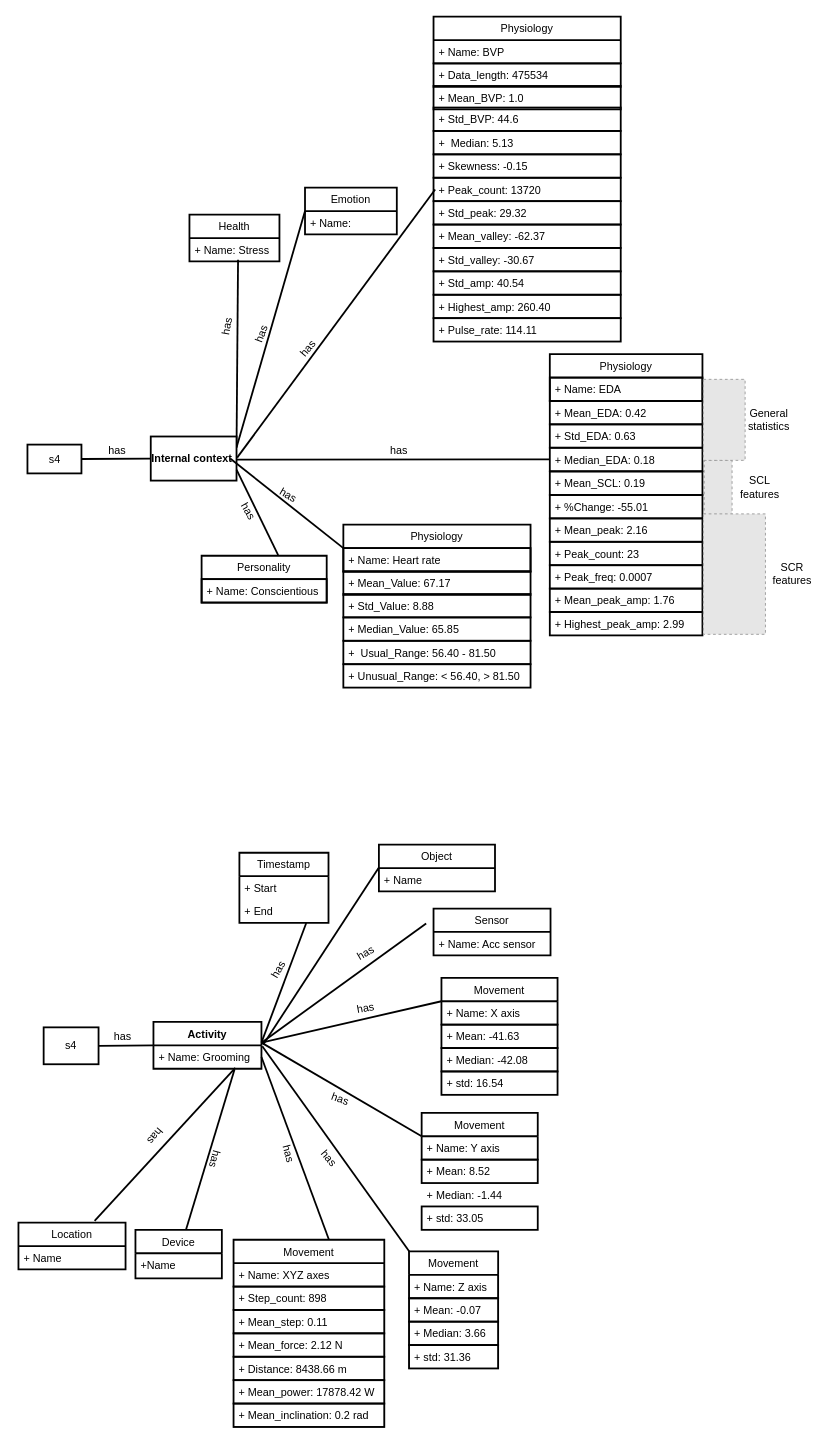
oluwande/zmPDSwR keeps this draw.io diagram as um_article.drawio. Above is the earlier version. Source tidied: cells renumbered, new cells numbered last; positions are measured from the earlier drawing's top-left corner, leaving out a move shared by most shapes. Both pictures are drawn from the tidied source at 90%, with x=0, y=0 at pixel (18, 16). Pictures stored in the file or linked from it are replaced by grey dashed boxes.
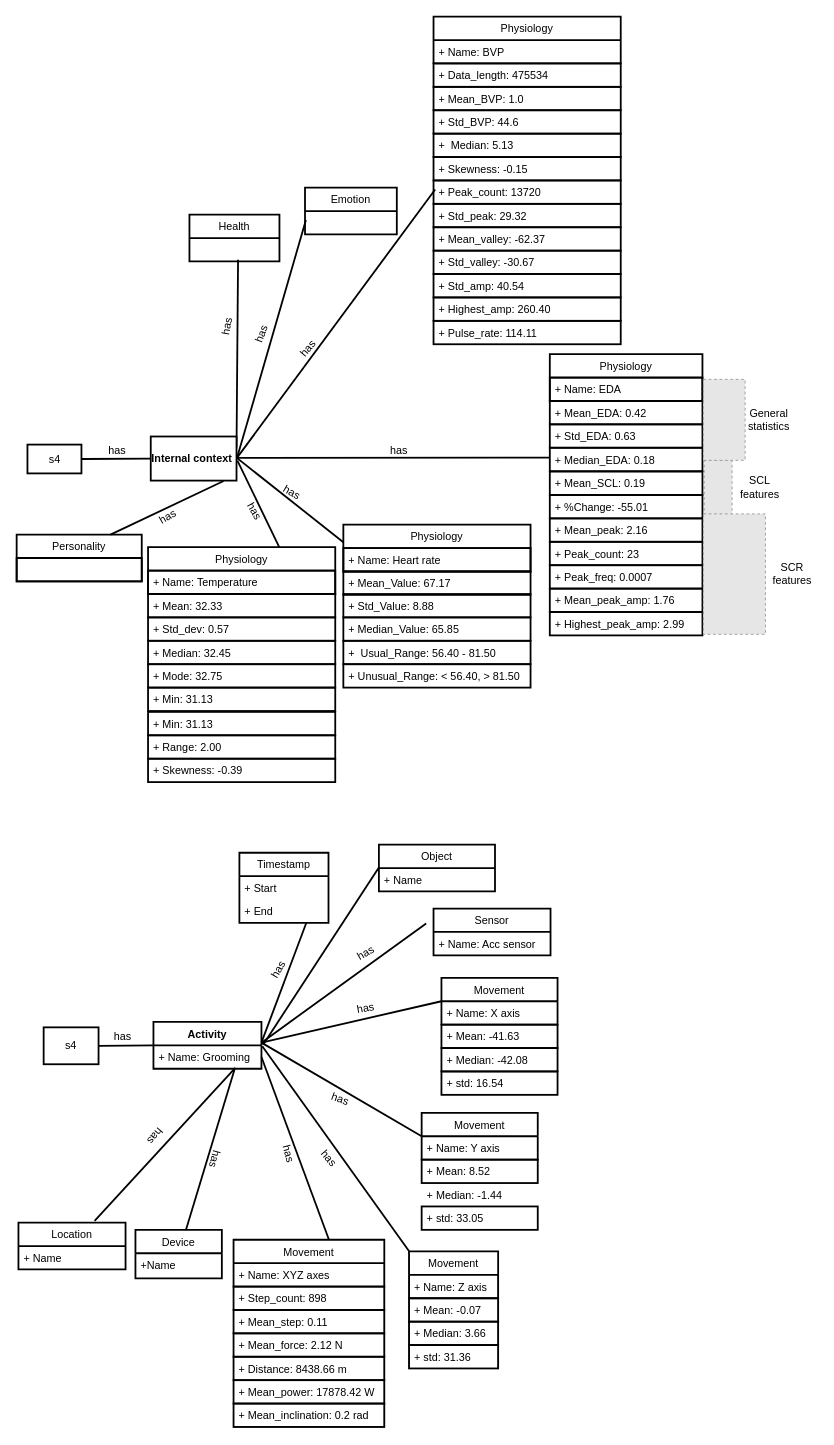
The same diagram, later.

Unchanged cells that the change refers to:
```xml
<mxCell id="3" value="Health" style="swimlane;fontStyle=0;align=center;verticalAlign=top;horizontal=1;startSize=26;strokeWidth=2;fontSize=12;" parent="1" vertex="1">
  <mxGeometry x="190" y="220" width="100" height="52" as="geometry" />
</mxCell>
<mxCell id="5" value="Emotion" style="swimlane;fontStyle=0;align=center;verticalAlign=top;horizontal=1;startSize=26;strokeWidth=2;fontSize=12;" parent="1" vertex="1">
  <mxGeometry x="318.4" y="190" width="102" height="52" as="geometry" />
</mxCell>
<mxCell id="16" value="&lt;b style=&quot;font-size: 12px;&quot;&gt;Internal context&amp;nbsp;&lt;/b&gt;" style="rounded=0;whiteSpace=wrap;html=1;strokeWidth=2;fontSize=12;" parent="1" vertex="1">
  <mxGeometry x="147" y="466.5" width="95.3" height="49" as="geometry" />
</mxCell>
<mxCell id="54" value="Physiology" style="swimlane;fontStyle=0;align=center;verticalAlign=top;horizontal=1;startSize=26;strokeWidth=2;fontSize=12;" parent="1" vertex="1">
  <mxGeometry x="361" y="564.5" width="208" height="52" as="geometry" />
</mxCell>
```

Diff of the diagram source:
```diff
@@
-    <mxCell id="4" value="+ Name: Stress" style="text;align=left;verticalAlign=top;spacingLeft=4;spacingRight=4;overflow=hidden;points=[[0,0.5],[1,0.5]];portConstraint=eastwest;strokeWidth=2;fontSize=12;" parent="3" vertex="1">
-      <mxGeometry y="26" width="100" height="26" as="geometry" />
-    </mxCell>
@@
-    <mxCell id="6" value="+ Name: " style="text;align=left;verticalAlign=top;spacingLeft=4;spacingRight=4;overflow=hidden;strokeWidth=2;fontSize=12;" parent="5" vertex="1">
-      <mxGeometry y="26" width="102" height="26" as="geometry" />
-    </mxCell>
-    <mxCell id="7" style="endArrow=none;html=1;rounded=0;fontSize=12;strokeWidth=2;entryX=0.54;entryY=0.923;entryDx=0;entryDy=0;exitX=1;exitY=0.25;exitDx=0;exitDy=0;entryPerimeter=0;" parent="1" edge="1" source="16" target="4">
-      <mxGeometry relative="1" as="geometry" />
+    <mxCell id="7" style="endArrow=none;html=1;rounded=0;fontSize=12;strokeWidth=2;entryX=0.54;entryY=0.923;entryDx=0;entryDy=0;exitX=1;exitY=0.25;exitDx=0;exitDy=0;entryPerimeter=0;" parent="1" edge="1" source="16">
+      <mxGeometry relative="1" as="geometry">
+        <mxPoint x="244" y="270" as="targetPoint" />
+      </mxGeometry>
     </mxCell>
-    <mxCell id="8" style="endArrow=none;html=1;rounded=0;entryX=0;entryY=0.5;entryDx=0;entryDy=0;fontSize=12;strokeWidth=2;exitX=1;exitY=0.25;exitDx=0;exitDy=0;" parent="1" edge="1" source="16" target="5">
-      <mxGeometry relative="1" as="geometry" />
+    <mxCell id="8" style="endArrow=none;html=1;rounded=0;entryX=0;entryY=0.5;entryDx=0;entryDy=0;fontSize=12;strokeWidth=2;exitX=1;exitY=0.25;exitDx=0;exitDy=0;" parent="1" edge="1">
+      <mxGeometry relative="1" as="geometry">
+        <mxPoint x="243.3" y="488.8" as="sourcePoint" />
+        <mxPoint x="319.4" y="226" as="targetPoint" />
+      </mxGeometry>
     </mxCell>
@@
     <mxCell id="15" style="endArrow=none;html=1;rounded=0;startArrow=none;exitX=1;exitY=0.75;exitDx=0;exitDy=0;fontSize=12;strokeWidth=2;" parent="1" edge="1">
       <mxGeometry relative="1" as="geometry">
-        <mxPoint x="242.3" y="492.2" as="sourcePoint" />
-        <mxPoint x="590" y="492" as="targetPoint" />
+        <mxPoint x="242.3" y="490.2" as="sourcePoint" />
+        <mxPoint x="590" y="490" as="targetPoint" />
       </mxGeometry>
     </mxCell>
@@
     <mxCell id="17" value="Personality" style="swimlane;fontStyle=0;align=center;verticalAlign=top;horizontal=1;startSize=26;strokeWidth=2;fontSize=12;strokeColor=default;" parent="1" vertex="1">
-      <mxGeometry x="203.5" y="599" width="139" height="52" as="geometry" />
+      <mxGeometry x="-2" y="575.5" width="139" height="52" as="geometry" />
     </mxCell>
-    <mxCell id="18" value="+ Name: Conscientious" style="text;align=left;verticalAlign=top;spacingLeft=4;spacingRight=4;overflow=hidden;strokeWidth=2;fontSize=12;strokeColor=default;" parent="17" vertex="1">
+    <mxCell id="18" style="text;align=left;verticalAlign=top;spacingLeft=4;spacingRight=4;overflow=hidden;strokeWidth=2;fontSize=12;strokeColor=default;" parent="17" vertex="1">
       <mxGeometry y="26" width="139" height="26" as="geometry" />
     </mxCell>
-    <mxCell id="19" style="endArrow=none;html=1;rounded=0;exitX=0.612;exitY=-0.015;exitDx=0;exitDy=0;entryX=1;entryY=0.75;entryDx=0;entryDy=0;strokeWidth=2;fontSize=12;exitPerimeter=0;" parent="1" edge="1" source="17" target="16">
-      <mxGeometry relative="1" as="geometry" />
+    <mxCell id="19" style="endArrow=none;html=1;rounded=0;exitX=0.702;exitY=0.01;exitDx=0;exitDy=0;entryX=1;entryY=0.75;entryDx=0;entryDy=0;strokeWidth=2;fontSize=12;exitPerimeter=0;" parent="1" edge="1" source="121">
+      <mxGeometry relative="1" as="geometry">
+        <mxPoint x="243.3" y="493.2" as="targetPoint" />
+      </mxGeometry>
     </mxCell>
     <mxCell id="20" value="has" style="text;html=1;align=center;verticalAlign=middle;whiteSpace=wrap;rounded=0;rotation=30;fontSize=12;strokeWidth=2;" parent="1" vertex="1">
-      <mxGeometry x="270" y="517" width="60" height="30" as="geometry" />
+      <mxGeometry x="274" y="514" width="60" height="30" as="geometry" />
     </mxCell>
-    <mxCell id="21" style="endArrow=none;html=1;rounded=0;strokeWidth=2;exitX=1;exitY=0.5;exitDx=0;exitDy=0;entryX=0;entryY=0.5;entryDx=0;entryDy=0;" parent="1" edge="1" target="54">
+    <mxCell id="21" style="endArrow=none;html=1;rounded=0;strokeWidth=2;exitX=1;exitY=0.5;exitDx=0;exitDy=0;entryX=0;entryY=0.5;entryDx=0;entryDy=0;" parent="1" edge="1">
       <mxGeometry relative="1" as="geometry">
-        <mxPoint x="235.3" y="491" as="sourcePoint" />
+        <mxPoint x="242.3" y="490" as="sourcePoint" />
+        <mxPoint x="368" y="589.5" as="targetPoint" />
       </mxGeometry>
     </mxCell>
@@
     <mxCell id="43" value="+ Mean_BVP: 1.0" style="text;align=left;verticalAlign=top;spacingLeft=4;spacingRight=4;overflow=hidden;strokeWidth=2;fontSize=12;strokeColor=default;" parent="1" vertex="1">
-      <mxGeometry x="461.2" y="77" width="208" height="26" as="geometry" />
+      <mxGeometry x="461.2" y="78" width="208" height="26" as="geometry" />
     </mxCell>
     <mxCell id="44" value="+ Std_BVP: 44.6" style="text;align=left;verticalAlign=top;spacingLeft=4;spacingRight=4;overflow=hidden;strokeWidth=2;fontSize=12;strokeColor=default;" parent="1" vertex="1">
-      <mxGeometry x="461.2" y="101" width="208" height="26" as="geometry" />
+      <mxGeometry x="461.2" y="104" width="208" height="26" as="geometry" />
     </mxCell>
     <mxCell id="45" value="+  Median: 5.13" style="text;align=left;verticalAlign=top;spacingLeft=4;spacingRight=4;overflow=hidden;strokeWidth=2;fontSize=12;strokeColor=default;" parent="1" vertex="1">
-      <mxGeometry x="461.2" y="127" width="208" height="26" as="geometry" />
+      <mxGeometry x="461.2" y="130" width="208" height="26" as="geometry" />
     </mxCell>
     <mxCell id="46" value="+ Skewness: -0.15" style="text;align=left;verticalAlign=top;spacingLeft=4;spacingRight=4;overflow=hidden;strokeWidth=2;fontSize=12;strokeColor=default;" parent="1" vertex="1">
-      <mxGeometry x="461.2" y="153" width="208" height="26" as="geometry" />
+      <mxGeometry x="461.2" y="156" width="208" height="26" as="geometry" />
     </mxCell>
     <mxCell id="47" value="+ Peak_count: 13720" style="text;align=left;verticalAlign=top;spacingLeft=4;spacingRight=4;overflow=hidden;strokeWidth=2;fontSize=12;strokeColor=default;" parent="1" vertex="1">
-      <mxGeometry x="461.2" y="179" width="208" height="26" as="geometry" />
+      <mxGeometry x="461.2" y="182" width="208" height="26" as="geometry" />
     </mxCell>
     <mxCell id="48" value="+ Std_peak: 29.32" style="text;align=left;verticalAlign=top;spacingLeft=4;spacingRight=4;overflow=hidden;strokeWidth=2;fontSize=12;strokeColor=default;" parent="1" vertex="1">
-      <mxGeometry x="461.2" y="205" width="208" height="26" as="geometry" />
+      <mxGeometry x="461.2" y="208" width="208" height="26" as="geometry" />
     </mxCell>
     <mxCell id="49" value="+ Mean_valley: -62.37" style="text;align=left;verticalAlign=top;spacingLeft=4;spacingRight=4;overflow=hidden;strokeWidth=2;fontSize=12;strokeColor=default;" parent="1" vertex="1">
-      <mxGeometry x="461.2" y="231" width="208" height="26" as="geometry" />
+      <mxGeometry x="461.2" y="234" width="208" height="26" as="geometry" />
     </mxCell>
     <mxCell id="50" value="+ Std_valley: -30.67" style="text;align=left;verticalAlign=top;spacingLeft=4;spacingRight=4;overflow=hidden;strokeWidth=2;fontSize=12;strokeColor=default;" parent="1" vertex="1">
-      <mxGeometry x="461.2" y="257" width="208" height="26" as="geometry" />
+      <mxGeometry x="461.2" y="260" width="208" height="26" as="geometry" />
     </mxCell>
     <mxCell id="51" value="+ Std_amp: 40.54" style="text;align=left;verticalAlign=top;spacingLeft=4;spacingRight=4;overflow=hidden;strokeWidth=2;fontSize=12;strokeColor=default;" parent="1" vertex="1">
-      <mxGeometry x="461.2" y="283" width="208" height="26" as="geometry" />
+      <mxGeometry x="461.2" y="286" width="208" height="26" as="geometry" />
     </mxCell>
     <mxCell id="52" value="+ Highest_amp: 260.40" style="text;align=left;verticalAlign=top;spacingLeft=4;spacingRight=4;overflow=hidden;strokeWidth=2;fontSize=12;strokeColor=default;" parent="1" vertex="1">
-      <mxGeometry x="461.2" y="309" width="208" height="26" as="geometry" />
+      <mxGeometry x="461.2" y="312" width="208" height="26" as="geometry" />
     </mxCell>
     <mxCell id="53" value="+ Pulse_rate: 114.11" style="text;align=left;verticalAlign=top;spacingLeft=4;spacingRight=4;overflow=hidden;strokeWidth=2;fontSize=12;strokeColor=default;" parent="1" vertex="1">
-      <mxGeometry x="461.2" y="335" width="208" height="26" as="geometry" />
+      <mxGeometry x="461.2" y="338" width="208" height="26" as="geometry" />
     </mxCell>
@@
     <mxCell id="61" value="has" style="text;html=1;align=center;verticalAlign=middle;whiteSpace=wrap;rounded=0;fontSize=12;strokeWidth=2;rotation=60;" parent="1" vertex="1">
-      <mxGeometry x="226" y="534.5" width="60" height="30" as="geometry" />
+      <mxGeometry x="233" y="534.5" width="60" height="30" as="geometry" />
     </mxCell>
@@
+    <mxCell id="121" value="Physiology" style="swimlane;fontStyle=0;align=center;verticalAlign=top;horizontal=1;startSize=26;strokeWidth=2;fontSize=12;" parent="1" vertex="1">
+      <mxGeometry x="144" y="589.5" width="208" height="52" as="geometry" />
+    </mxCell>
+    <mxCell id="122" value="+ Name: Temperature" style="text;align=left;verticalAlign=top;spacingLeft=4;spacingRight=4;overflow=hidden;strokeWidth=2;fontSize=12;strokeColor=default;" parent="121" vertex="1">
+      <mxGeometry y="26" width="208" height="26" as="geometry" />
+    </mxCell>
+    <mxCell id="123" value="+ Mean: 32.33" style="text;align=left;verticalAlign=top;spacingLeft=4;spacingRight=4;overflow=hidden;strokeWidth=2;fontSize=12;strokeColor=default;" parent="1" vertex="1">
+      <mxGeometry x="144" y="641.5" width="208" height="26" as="geometry" />
+    </mxCell>
+    <mxCell id="124" value="+ Std_dev: 0.57" style="text;align=left;verticalAlign=top;spacingLeft=4;spacingRight=4;overflow=hidden;strokeWidth=2;fontSize=12;strokeColor=default;" parent="1" vertex="1">
+      <mxGeometry x="144" y="667.5" width="208" height="26" as="geometry" />
+    </mxCell>
+    <mxCell id="125" value="+ Median: 32.45" style="text;align=left;verticalAlign=top;spacingLeft=4;spacingRight=4;overflow=hidden;strokeWidth=2;fontSize=12;strokeColor=default;" parent="1" vertex="1">
+      <mxGeometry x="144" y="693.5" width="208" height="26" as="geometry" />
+    </mxCell>
+    <mxCell id="126" value="+ Mode: 32.75" style="text;align=left;verticalAlign=top;spacingLeft=4;spacingRight=4;overflow=hidden;strokeWidth=2;fontSize=12;strokeColor=default;" parent="1" vertex="1">
+      <mxGeometry x="144" y="719.5" width="208" height="26" as="geometry" />
+    </mxCell>
+    <mxCell id="127" value="+ Min: 31.13" style="text;align=left;verticalAlign=top;spacingLeft=4;spacingRight=4;overflow=hidden;strokeWidth=2;fontSize=12;strokeColor=default;" parent="1" vertex="1">
+      <mxGeometry x="144" y="745.5" width="208" height="26" as="geometry" />
+    </mxCell>
+    <mxCell id="128" value="+ Min: 31.13" style="text;align=left;verticalAlign=top;spacingLeft=4;spacingRight=4;overflow=hidden;strokeWidth=2;fontSize=12;strokeColor=default;" parent="1" vertex="1">
+      <mxGeometry x="144" y="772.5" width="208" height="26" as="geometry" />
+    </mxCell>
+    <mxCell id="129" value="+ Range: 2.00" style="text;align=left;verticalAlign=top;spacingLeft=4;spacingRight=4;overflow=hidden;strokeWidth=2;fontSize=12;strokeColor=default;" parent="1" vertex="1">
+      <mxGeometry x="144" y="798.5" width="208" height="26" as="geometry" />
+    </mxCell>
+    <mxCell id="130" value="+ Skewness: -0.39" style="text;align=left;verticalAlign=top;spacingLeft=4;spacingRight=4;overflow=hidden;strokeWidth=2;fontSize=12;strokeColor=default;" parent="1" vertex="1">
+      <mxGeometry x="144" y="824.5" width="208" height="26" as="geometry" />
+    </mxCell>
+    <mxCell id="131" style="endArrow=none;html=1;rounded=0;exitX=0.75;exitY=0;exitDx=0;exitDy=0;entryX=0.672;entryY=1.071;entryDx=0;entryDy=0;strokeWidth=2;fontSize=12;entryPerimeter=0;" parent="1" edge="1" source="17">
+      <mxGeometry relative="1" as="geometry">
+        <mxPoint x="228" y="516" as="targetPoint" />
+      </mxGeometry>
+    </mxCell>
+    <mxCell id="132" value="has" style="text;html=1;align=center;verticalAlign=middle;whiteSpace=wrap;rounded=0;fontSize=12;strokeWidth=2;rotation=-30;" parent="1" vertex="1">
+      <mxGeometry x="136" y="540.5" width="60" height="30" as="geometry" />
+    </mxCell>
```
